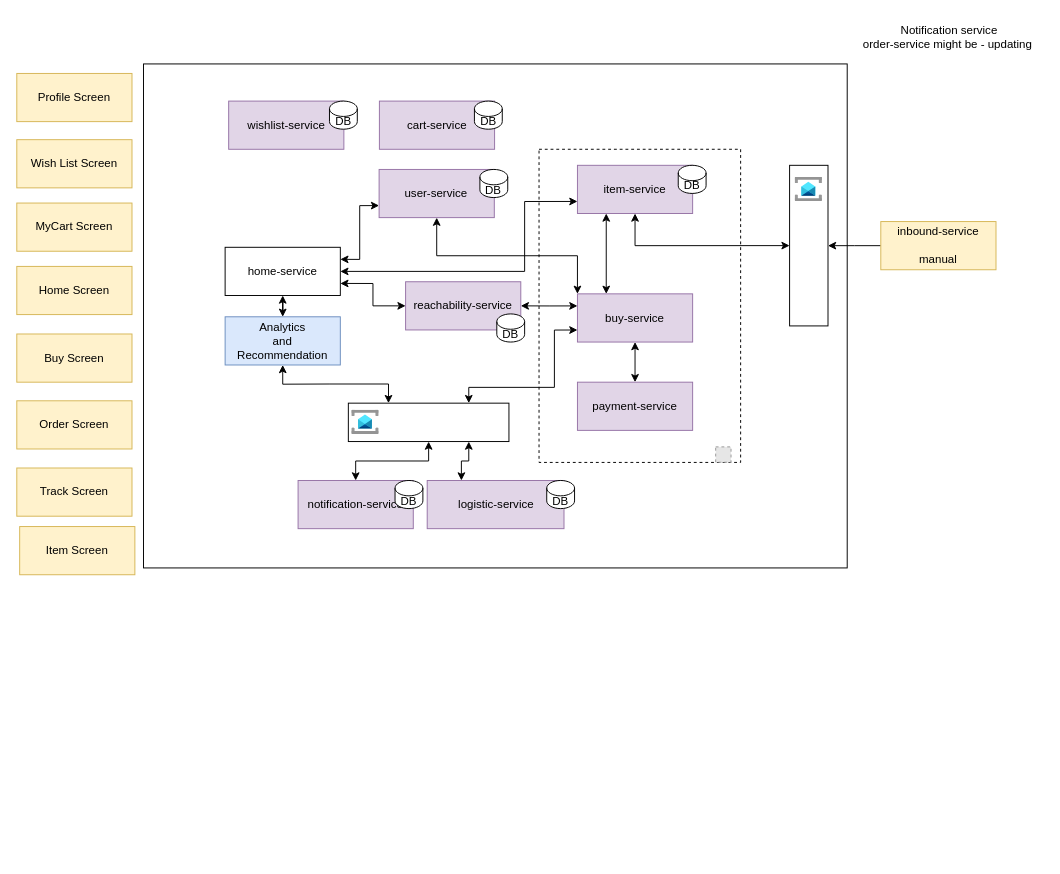
Above: systemdesign.drawio in palash2208/system-design (draw.io), before the change. Source tidied: cells renumbered, new cells numbered last; positions are measured from the earlier drawing's top-left corner, leaving out a move shared by most shapes. Both pictures are drawn from the tidied source at 96%, with x=0, y=0 at pixel (16, 16). Pictures stored in the file or linked from it are replaced by grey dashed boxes.
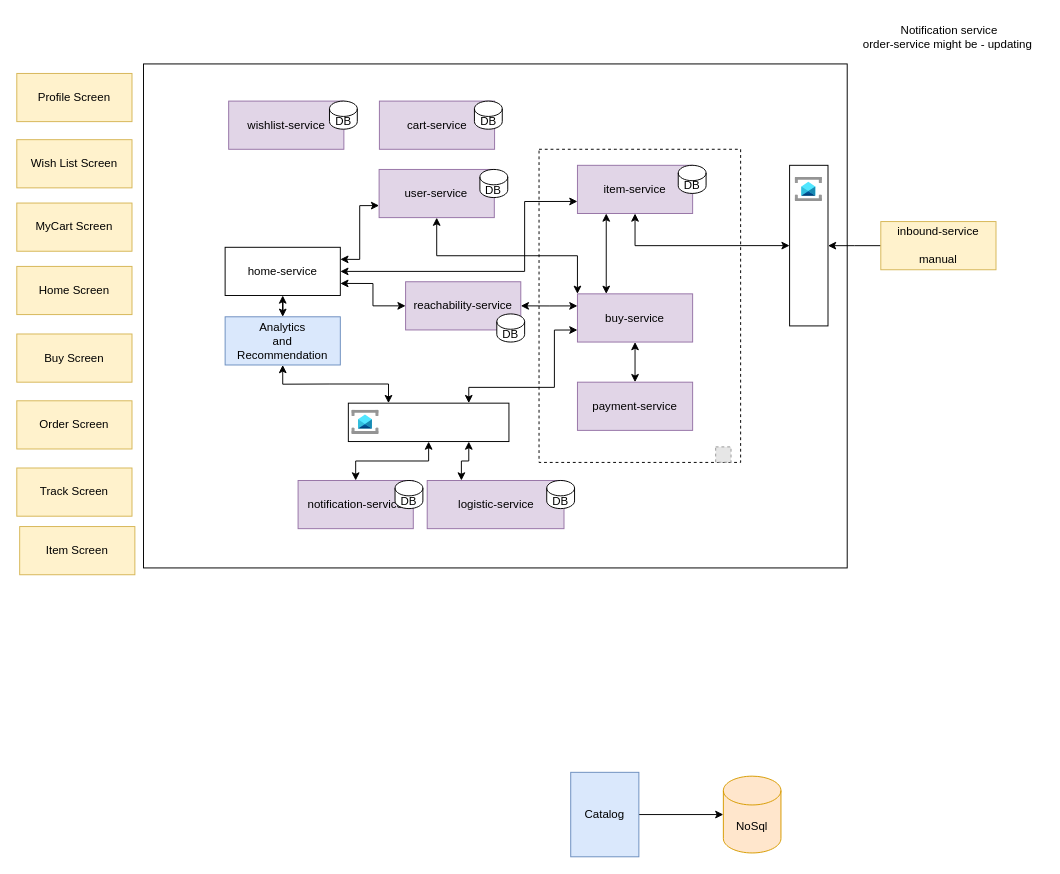
The same page after the edit.

Diff of the diagram source:
```diff
@@
+    <mxCell id="54" style="edgeStyle=orthogonalEdgeStyle;rounded=0;jettySize=auto;html=1;" parent="1" edge="1" source="55" target="56">
+      <mxGeometry relative="1" as="geometry" />
+    </mxCell>
+    <mxCell id="55" value="Catalog" style="rounded=0;whiteSpace=wrap;html=1;fillColor=#dae8fc;strokeColor=#6c8ebf;" parent="1" vertex="1">
+      <mxGeometry x="577" y="787" width="71" height="88" as="geometry" />
+    </mxCell>
+    <mxCell id="56" value="NoSql" style="shape=cylinder3;whiteSpace=wrap;html=1;boundedLbl=1;backgroundOutline=1;size=15;fillColor=#ffe6cc;strokeColor=#d79b00;" parent="1" vertex="1">
+      <mxGeometry x="736" y="791" width="60" height="80" as="geometry" />
+    </mxCell>
```
